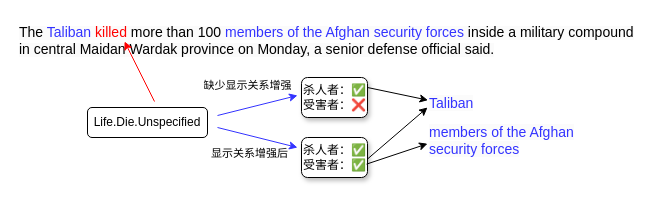
crawlerWPS/drawing keeps this draw.io diagram as work1/case_study-中文版.drawio. Above is the earlier version. Source tidied: cells renumbered, new cells numbered last; positions are measured from the earlier drawing's top-left corner, leaving out a move shared by most shapes. Both pictures are drawn from the tidied source at 100%, with x=0, y=0 at pixel (17, 17).
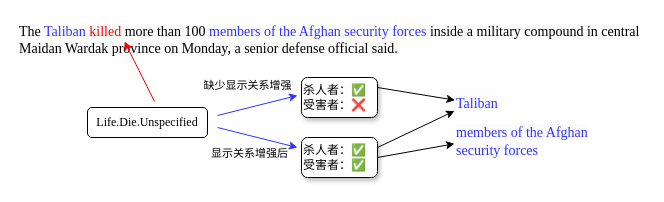
Above is the later version.

Commit message:
更新case_study-中文版.drawio

The change refers to these unchanged cells:
```xml
<mxCell id="5" style="endArrow=classic;html=1;rounded=0;strokeColor=#3333FF;" parent="1" edge="1">
  <mxGeometry relative="1" as="geometry">
    <mxPoint x="200" y="98" as="sourcePoint" />
    <mxPoint x="280" y="78" as="targetPoint" />
  </mxGeometry>
</mxCell>
<mxCell id="7" style="endArrow=classic;html=1;rounded=0;strokeColor=#3333FF;" parent="1" edge="1">
  <mxGeometry relative="1" as="geometry">
    <mxPoint x="200" y="110" as="sourcePoint" />
    <mxPoint x="280" y="130" as="targetPoint" />
  </mxGeometry>
</mxCell>
```

Diff of the diagram source:
```diff
@@
-    <mxCell id="2" value="&lt;span style=&quot;font-family: Helvetica; font-style: normal; font-variant-ligatures: normal; font-variant-caps: normal; font-weight: 400; letter-spacing: normal; orphans: 2; text-align: center; text-indent: 0px; text-transform: none; widows: 2; word-spacing: 0px; -webkit-text-stroke-width: 0px; background-color: rgb(251, 251, 251); text-decoration-thickness: initial; text-decoration-style: initial; text-decoration-color: initial; float: none; display: inline !important;&quot;&gt;&lt;font style=&quot;font-size: 14px;&quot;&gt;The &lt;font color=&quot;#3333ff&quot;&gt;Taliban&lt;/font&gt; &lt;font color=&quot;#ff0000&quot;&gt;killed&lt;/font&gt; more than 100 &lt;font color=&quot;#3333ff&quot;&gt;members of the Afghan security forces&lt;/font&gt; inside a military compound in central Maidan Wardak province on Monday, a senior defense official said.&lt;/font&gt;&lt;/span&gt;" style="text;whiteSpace=wrap;html=1;" parent="1" vertex="1">
+    <mxCell id="2" value="&lt;span style=&quot;font-style: normal; font-variant-ligatures: normal; font-variant-caps: normal; font-weight: 400; letter-spacing: normal; orphans: 2; text-align: center; text-indent: 0px; text-transform: none; widows: 2; word-spacing: 0px; -webkit-text-stroke-width: 0px; background-color: rgb(251, 251, 251); text-decoration-thickness: initial; text-decoration-style: initial; text-decoration-color: initial; float: none; display: inline !important;&quot;&gt;&lt;font face=&quot;Times New Roman&quot; style=&quot;font-size: 14px;&quot;&gt;The &lt;font style=&quot;&quot; color=&quot;#3333ff&quot;&gt;Taliban&lt;/font&gt; &lt;font style=&quot;&quot; color=&quot;#ff0000&quot;&gt;killed&lt;/font&gt; more than 100 &lt;font style=&quot;&quot; color=&quot;#3333ff&quot;&gt;members of the Afghan security forces&lt;/font&gt; inside a military compound in central Maidan Wardak province on Monday, a senior defense official said.&lt;/font&gt;&lt;/span&gt;" style="text;whiteSpace=wrap;html=1;" parent="1" vertex="1">
       <mxGeometry width="630" height="50" as="geometry" />
     </mxCell>
-    <mxCell id="3" value="Life.Die.Unspecified" style="rounded=1;whiteSpace=wrap;html=1;" parent="1" vertex="1">
+    <mxCell id="3" value="&lt;font face=&quot;Times New Roman&quot;&gt;Life.Die.Unspecified&lt;/font&gt;" style="rounded=1;whiteSpace=wrap;html=1;" parent="1" vertex="1">
       <mxGeometry x="70" y="90" width="120" height="30" as="geometry" />
     </mxCell>
@@
-    <mxCell id="6" value="缺少显示关系增强" style="edgeLabel;html=1;align=center;verticalAlign=middle;" parent="5" vertex="1">
+    <mxCell id="6" value="&lt;font face=&quot;宋体-简&quot;&gt;缺少显示关系增强&lt;/font&gt;" style="edgeLabel;html=1;align=center;verticalAlign=middle;" parent="5" vertex="1">
       <mxGeometry x="-0.19" relative="1" as="geometry">
         <mxPoint x="-3" y="-22" as="offset" />
       </mxGeometry>
     </mxCell>
@@
-    <mxCell id="8" value="显示关系增强后" style="edgeLabel;html=1;align=center;verticalAlign=middle;" parent="7" vertex="1">
+    <mxCell id="8" value="&lt;font face=&quot;宋体-简&quot;&gt;显示关系增强后&lt;/font&gt;" style="edgeLabel;html=1;align=center;verticalAlign=middle;" parent="7" vertex="1">
       <mxGeometry x="-0.58" relative="1" as="geometry">
         <mxPoint x="15" y="21" as="offset" />
       </mxGeometry>
     </mxCell>
-    <mxCell id="9" value="&lt;div style=&quot;&quot;&gt;&lt;span style=&quot;background-color: initial;&quot;&gt;杀人者：&lt;font color=&quot;#3333ff&quot;&gt;✅&lt;/font&gt;&lt;/span&gt;&lt;/div&gt;&lt;div style=&quot;&quot;&gt;&lt;span style=&quot;background-color: initial;&quot;&gt;受害者：❌&lt;/span&gt;&lt;/div&gt;" style="whiteSpace=wrap;html=1;align=left;rounded=1;shadow=1;" parent="1" vertex="1">
-      <mxGeometry x="284" y="60" width="66" height="40" as="geometry" />
+    <mxCell id="9" value="&lt;div style=&quot;&quot;&gt;&lt;span style=&quot;background-color: initial;&quot;&gt;&lt;font face=&quot;宋体-简&quot;&gt;杀人者：&lt;/font&gt;&lt;font style=&quot;font-family: 宋体;&quot; color=&quot;#3333ff&quot;&gt;✅&lt;/font&gt;&lt;/span&gt;&lt;/div&gt;&lt;div style=&quot;&quot;&gt;&lt;span style=&quot;background-color: initial;&quot;&gt;&lt;font face=&quot;宋体-简&quot;&gt;受害者：&lt;/font&gt;&lt;font face=&quot;iykT9fA5ZV7QWZaCiswe&quot;&gt;❌&lt;/font&gt;&lt;/span&gt;&lt;/div&gt;" style="whiteSpace=wrap;html=1;align=left;rounded=1;shadow=1;" parent="1" vertex="1">
+      <mxGeometry x="284" y="60" width="76" height="40" as="geometry" />
     </mxCell>
-    <mxCell id="10" value="&lt;div style=&quot;&quot;&gt;&lt;span style=&quot;background-color: initial;&quot;&gt;杀人者：&lt;font color=&quot;#3333ff&quot;&gt;✅&lt;/font&gt;&lt;/span&gt;&lt;/div&gt;&lt;div style=&quot;&quot;&gt;&lt;span style=&quot;background-color: initial;&quot;&gt;受害者：✅&lt;/span&gt;&lt;/div&gt;" style="whiteSpace=wrap;html=1;align=left;rounded=1;glass=0;shadow=1;" parent="1" vertex="1">
-      <mxGeometry x="284" y="120" width="66" height="40" as="geometry" />
+    <mxCell id="10" value="&lt;div style=&quot;&quot;&gt;&lt;span style=&quot;background-color: initial;&quot;&gt;&lt;font face=&quot;宋体-简&quot;&gt;杀人者：&lt;font color=&quot;#3333ff&quot;&gt;✅&lt;/font&gt;&lt;/font&gt;&lt;/span&gt;&lt;/div&gt;&lt;div style=&quot;&quot;&gt;&lt;span style=&quot;background-color: initial;&quot;&gt;&lt;font face=&quot;宋体-简&quot;&gt;受害者：&lt;/font&gt;&lt;font face=&quot;KUqVoE-Td7e6Yn92_4St&quot;&gt;✅&lt;/font&gt;&lt;/span&gt;&lt;/div&gt;" style="whiteSpace=wrap;html=1;align=left;rounded=1;glass=0;shadow=1;" parent="1" vertex="1">
+      <mxGeometry x="284" y="120" width="76" height="40" as="geometry" />
     </mxCell>
-    <mxCell id="11" value="&lt;span style=&quot;color: rgb(51, 51, 255); font-family: Helvetica; font-size: 14px; font-style: normal; font-variant-ligatures: normal; font-variant-caps: normal; font-weight: 400; letter-spacing: normal; orphans: 2; text-align: center; text-indent: 0px; text-transform: none; widows: 2; word-spacing: 0px; -webkit-text-stroke-width: 0px; background-color: rgb(251, 251, 251); text-decoration-thickness: initial; text-decoration-style: initial; text-decoration-color: initial; float: none; display: inline !important;&quot;&gt;Taliban&lt;/span&gt;" style="text;whiteSpace=wrap;html=1;strokeColor=none;" parent="1" vertex="1">
-      <mxGeometry x="410" y="71" width="80" height="30" as="geometry" />
+    <mxCell id="11" value="&lt;span style=&quot;color: rgb(51, 51, 255); font-size: 14px; font-style: normal; font-variant-ligatures: normal; font-variant-caps: normal; font-weight: 400; letter-spacing: normal; orphans: 2; text-align: center; text-indent: 0px; text-transform: none; widows: 2; word-spacing: 0px; -webkit-text-stroke-width: 0px; background-color: rgb(251, 251, 251); text-decoration-thickness: initial; text-decoration-style: initial; text-decoration-color: initial; float: none; display: inline !important;&quot;&gt;&lt;font face=&quot;Times New Roman&quot;&gt;Taliban&lt;/font&gt;&lt;/span&gt;" style="text;whiteSpace=wrap;html=1;strokeColor=none;" parent="1" vertex="1">
+      <mxGeometry x="437" y="71" width="80" height="30" as="geometry" />
     </mxCell>
-    <mxCell id="12" value="&lt;span style=&quot;color: rgb(51, 51, 255); font-family: Helvetica; font-size: 14px; font-style: normal; font-variant-ligatures: normal; font-variant-caps: normal; font-weight: 400; letter-spacing: normal; orphans: 2; text-align: center; text-indent: 0px; text-transform: none; widows: 2; word-spacing: 0px; -webkit-text-stroke-width: 0px; background-color: rgb(251, 251, 251); text-decoration-thickness: initial; text-decoration-style: initial; text-decoration-color: initial; float: none; display: inline !important;&quot;&gt;members of the Afghan security forces&lt;/span&gt;" style="text;whiteSpace=wrap;html=1;" parent="1" vertex="1">
-      <mxGeometry x="410" y="100" width="192" height="35" as="geometry" />
+    <mxCell id="12" value="&lt;span style=&quot;color: rgb(51, 51, 255); font-size: 14px; font-style: normal; font-variant-ligatures: normal; font-variant-caps: normal; font-weight: 400; letter-spacing: normal; orphans: 2; text-align: center; text-indent: 0px; text-transform: none; widows: 2; word-spacing: 0px; -webkit-text-stroke-width: 0px; background-color: rgb(251, 251, 251); text-decoration-thickness: initial; text-decoration-style: initial; text-decoration-color: initial; float: none; display: inline !important;&quot;&gt;&lt;font face=&quot;Times New Roman&quot;&gt;members of the Afghan security forces&lt;/font&gt;&lt;/span&gt;" style="text;whiteSpace=wrap;html=1;" parent="1" vertex="1">
+      <mxGeometry x="437" y="100" width="163" height="35" as="geometry" />
     </mxCell>
-    <mxCell id="13" style="endArrow=classic;html=1;rounded=0;entryX=0;entryY=0.75;entryDx=0;entryDy=0;exitX=0.986;exitY=0.665;exitDx=0;exitDy=0;exitPerimeter=0;" parent="1" edge="1" source="10" target="12">
+    <mxCell id="13" style="endArrow=classic;html=1;rounded=0;entryX=0;entryY=0.75;entryDx=0;entryDy=0;exitX=1;exitY=0.5;exitDx=0;exitDy=0;" parent="1" edge="1" source="10" target="12">
       <mxGeometry relative="1" as="geometry" />
     </mxCell>
-    <mxCell id="14" style="endArrow=classic;html=1;rounded=0;entryX=0;entryY=0.25;entryDx=0;entryDy=0;exitX=1;exitY=0.25;exitDx=0;exitDy=0;" parent="1" edge="1">
-      <mxGeometry relative="1" as="geometry">
-        <mxPoint x="350" y="141.5" as="sourcePoint" />
-        <mxPoint x="410" y="90" as="targetPoint" />
-      </mxGeometry>
+    <mxCell id="14" style="endArrow=classic;html=1;rounded=0;entryX=0;entryY=0.75;entryDx=0;entryDy=0;exitX=1;exitY=0.25;exitDx=0;exitDy=0;" parent="1" edge="1" source="10" target="11">
+      <mxGeometry relative="1" as="geometry" />
     </mxCell>
```
